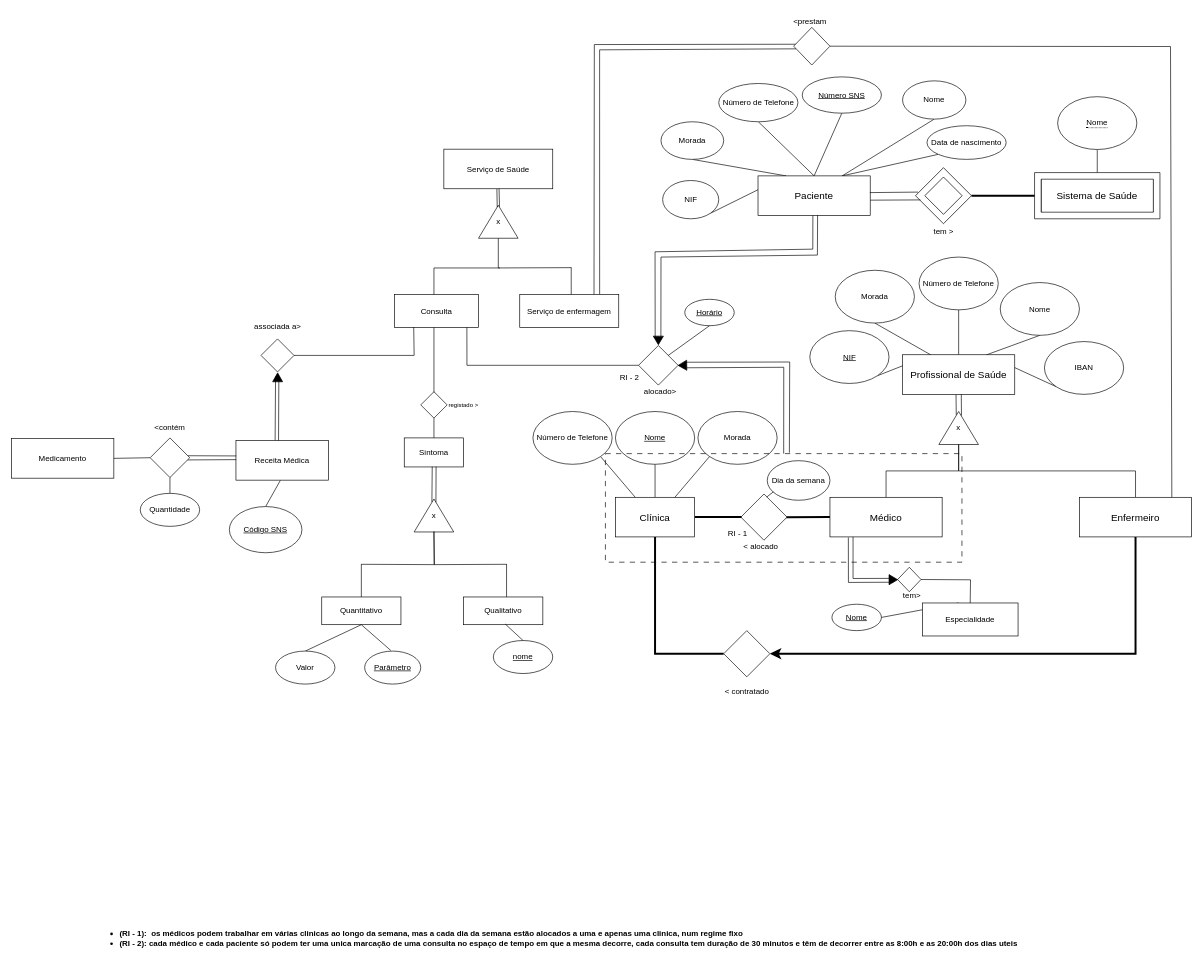
Zane-dev16/BD-projeto-E1 keeps this draw.io diagram as page "Page-1" (1 of 2) of diagrams/modelo_EA.drawio. Above is the earlier version. Source tidied: cells renumbered, new cells numbered last; positions are measured from the earlier drawing's top-left corner, leaving out a move shared by most shapes. Both pictures are drawn from the tidied source at 66%, with x=0, y=0 at pixel (11, 11).
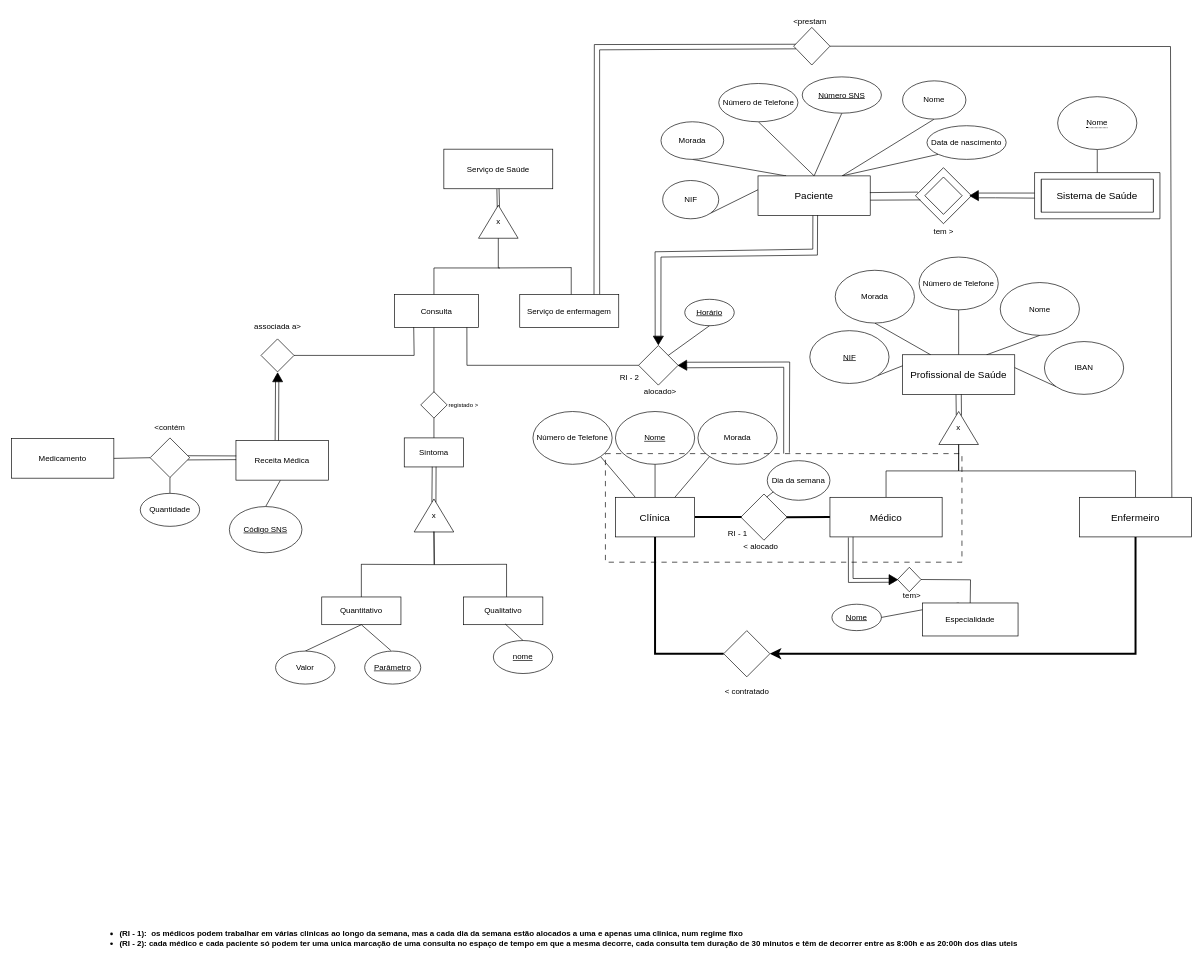
The same page after the edit.

Unchanged cells that the change refers to:
```xml
<mxCell id="52" style="verticalLabelPosition=bottom;verticalAlign=top;html=1;shape=mxgraph.basic.frame;dx=10;whiteSpace=wrap;labelBackgroundColor=none;" parent="1" vertex="1">
  <mxGeometry x="1550" y="244" width="190" height="70" as="geometry" />
</mxCell>
<mxCell id="54" style="verticalLabelPosition=bottom;verticalAlign=top;html=1;shape=mxgraph.basic.frame;dx=10;whiteSpace=wrap;labelBackgroundColor=none;rotation=45;" parent="1" vertex="1">
  <mxGeometry x="1382" y="249" width="60" height="60" as="geometry" />
</mxCell>
```

The edit, as a diff of the source:
```diff
@@
-    <mxCell id="55" style="edgeStyle=none;curved=1;rounded=0;jettySize=auto;html=1;exitX=1;exitY=0;exitDx=0;exitDy=0;exitPerimeter=0;entryX=0;entryY=0.5;entryDx=0;entryDy=0;entryPerimeter=0;fontSize=12;startSize=8;endSize=8;endArrow=none;endFill=0;strokeWidth=3;" parent="1" edge="1" source="54" target="52">
-      <mxGeometry relative="1" as="geometry" />
-    </mxCell>
@@
+    <mxCell id="137" style="endArrow=none;html=1;rounded=0;exitX=0.068;exitY=0.948;exitDx=0;exitDy=0;exitPerimeter=0;" parent="1" edge="1">
+      <mxGeometry relative="1" as="geometry">
+        <mxPoint x="1465" y="275" as="sourcePoint" />
+        <mxPoint x="1550" y="275" as="targetPoint" />
+      </mxGeometry>
+    </mxCell>
+    <mxCell id="138" style="endArrow=none;html=1;rounded=0;exitX=-0.094;exitY=0.102;exitDx=0;exitDy=0;exitPerimeter=0;entryX=0;entryY=0.553;entryDx=0;entryDy=0;entryPerimeter=0;" parent="1" edge="1" target="52">
+      <mxGeometry relative="1" as="geometry">
+        <mxPoint x="1465" y="282.2" as="sourcePoint" />
+        <Array as="points">
+          <mxPoint x="1490.7" y="282.2" />
+        </Array>
+      </mxGeometry>
+    </mxCell>
+    <mxCell id="139" style="triangle;whiteSpace=wrap;html=1;rotation=-181;fillColor=#000000;" parent="1" vertex="1">
+      <mxGeometry x="1452" y="271.3" width="13" height="15.4" as="geometry" />
+    </mxCell>
```
